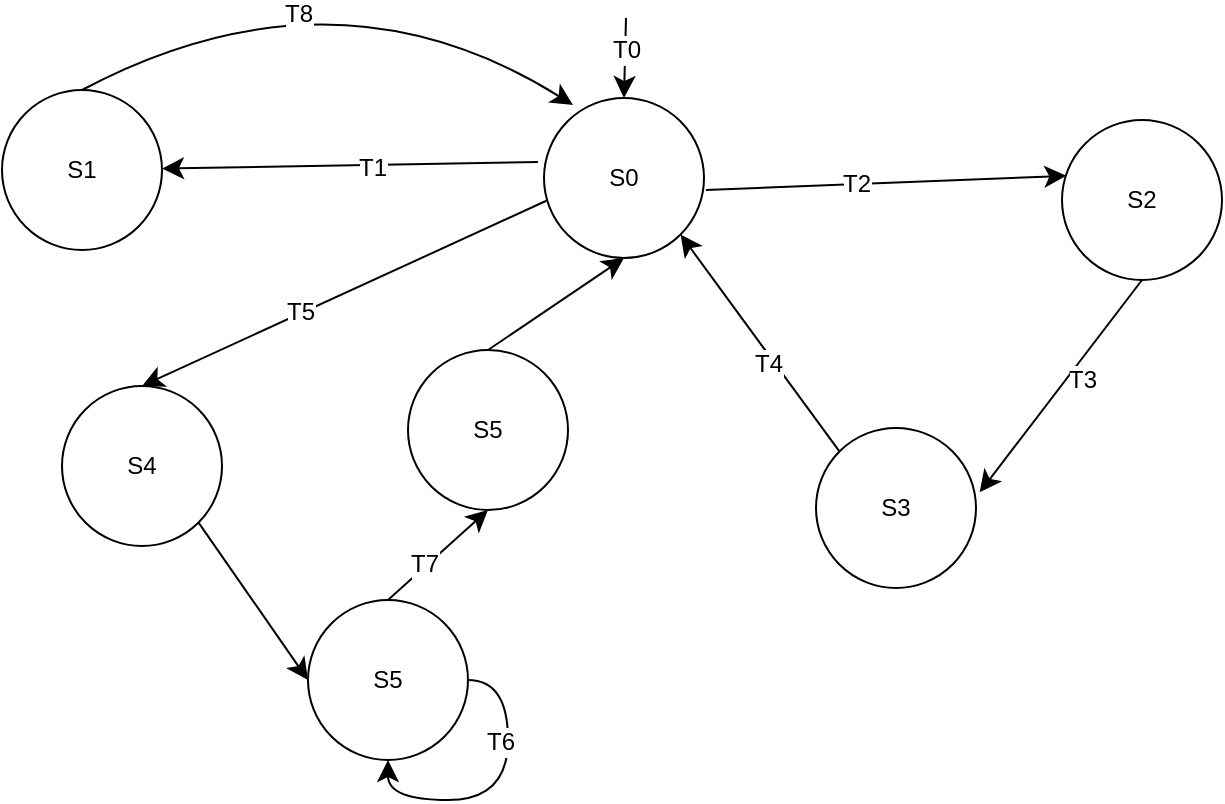
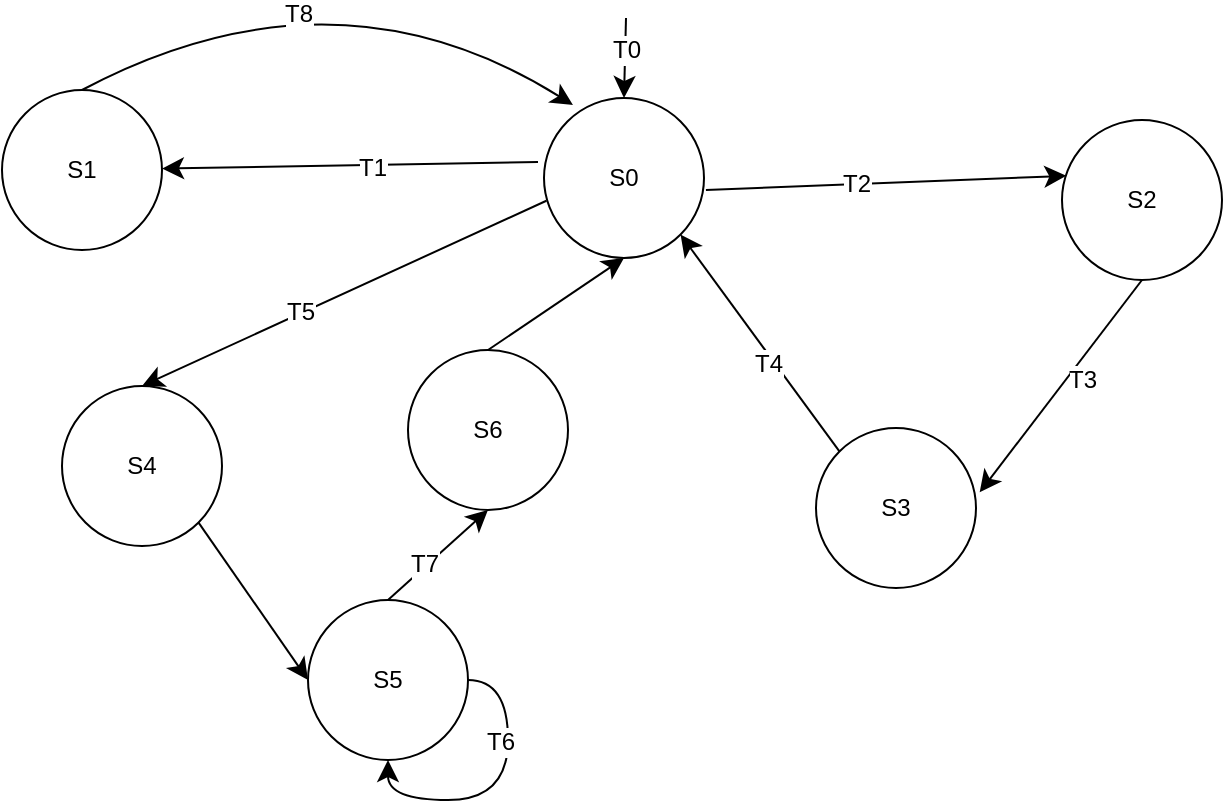
- <mxfile host="app.diagrams.net" agent="Mozilla/5.0 (Windows NT 10.0; Win64; x64) AppleWebKit/537.36 (KHTML, like Gecko) Chrome/147.0.0.0 Safari/537.36" version="29.6.1">
+ <mxfile host="app.diagrams.net" agent="Mozilla/5.0 (Windows NT 10.0; Win64; x64) AppleWebKit/537.36 (KHTML, like Gecko) Chrome/147.0.0.0 Safari/537.36">
  <diagram name="Page-1" id="xHXxBw3MVmjQyhcnbvlw">
-     <mxGraphModel dx="2152" dy="1616" grid="0" gridSize="10" guides="1" tooltips="1" connect="1" arrows="1" fold="1" page="0" pageScale="1" pageWidth="850" pageHeight="1100" math="0" shadow="0">
+     <mxGraphModel dx="1959" dy="1330" grid="0" gridSize="10" guides="1" tooltips="1" connect="1" arrows="1" fold="1" page="0" pageScale="1" pageWidth="850" pageHeight="1100" math="0" shadow="0">
      <root>
        <mxCell id="0" />
        <mxCell id="1" parent="0" />
        <mxCell id="hFhHw1d9mrPgoLBMCD_z-22" edge="1" parent="1" style="rounded=0;orthogonalLoop=1;jettySize=auto;html=1;fontSize=12;startSize=8;endSize=8;" target="hFhHw1d9mrPgoLBMCD_z-3" value="">
          <mxGeometry relative="1" as="geometry">
            <mxPoint x="-379" y="-620" as="sourcePoint" />
            <mxPoint x="-239" y="-410" as="targetPoint" />
          </mxGeometry>
        </mxCell>
        <mxCell id="hFhHw1d9mrPgoLBMCD_z-26" connectable="0" parent="hFhHw1d9mrPgoLBMCD_z-22" style="edgeLabel;html=1;align=center;verticalAlign=middle;resizable=0;points=[];fontSize=12;" value="T1" vertex="1">
          <mxGeometry relative="1" x="-0.1146" y="1" as="geometry">
            <mxPoint as="offset" />
          </mxGeometry>
        </mxCell>
        <mxCell id="hFhHw1d9mrPgoLBMCD_z-31" edge="1" parent="1" source="hFhHw1d9mrPgoLBMCD_z-1" style="edgeStyle=none;curved=1;rounded=0;orthogonalLoop=1;jettySize=auto;html=1;exitX=1.012;exitY=0.575;exitDx=0;exitDy=0;fontSize=12;startSize=8;endSize=8;entryX=0.027;entryY=0.349;entryDx=0;entryDy=0;entryPerimeter=0;exitPerimeter=0;" target="hFhHw1d9mrPgoLBMCD_z-6">
          <mxGeometry relative="1" as="geometry">
            <mxPoint x="-124" y="-490" as="targetPoint" />
          </mxGeometry>
        </mxCell>
        <mxCell id="hFhHw1d9mrPgoLBMCD_z-32" connectable="0" parent="hFhHw1d9mrPgoLBMCD_z-31" style="edgeLabel;html=1;align=center;verticalAlign=middle;resizable=0;points=[];fontSize=12;" value="T2" vertex="1">
          <mxGeometry relative="1" x="-0.1725" as="geometry">
            <mxPoint as="offset" />
          </mxGeometry>
        </mxCell>
        <mxCell id="hFhHw1d9mrPgoLBMCD_z-1" parent="1" style="ellipse;whiteSpace=wrap;html=1;aspect=fixed;" value="S0" vertex="1">
          <mxGeometry height="80" width="80" x="-376" y="-652" as="geometry" />
        </mxCell>
        <mxCell id="hFhHw1d9mrPgoLBMCD_z-3" parent="1" style="ellipse;whiteSpace=wrap;html=1;aspect=fixed;direction=west;" value="S1" vertex="1">
          <mxGeometry height="80" width="80" x="-647" y="-656" as="geometry" />
        </mxCell>
        <mxCell id="hFhHw1d9mrPgoLBMCD_z-35" edge="1" parent="1" source="hFhHw1d9mrPgoLBMCD_z-5" style="edgeStyle=none;curved=1;rounded=0;orthogonalLoop=1;jettySize=auto;html=1;exitX=0;exitY=0;exitDx=0;exitDy=0;entryX=1;entryY=1;entryDx=0;entryDy=0;fontSize=12;startSize=8;endSize=8;" target="hFhHw1d9mrPgoLBMCD_z-1">
          <mxGeometry relative="1" as="geometry">
            <mxPoint x="-233" y="-403" as="sourcePoint" />
            <mxPoint x="-320" y="-571" as="targetPoint" />
          </mxGeometry>
        </mxCell>
        <mxCell id="hFhHw1d9mrPgoLBMCD_z-36" connectable="0" parent="hFhHw1d9mrPgoLBMCD_z-35" style="edgeLabel;html=1;align=center;verticalAlign=middle;resizable=0;points=[];fontSize=12;" value="T4" vertex="1">
          <mxGeometry relative="1" x="-0.1621" y="3" as="geometry">
            <mxPoint as="offset" />
          </mxGeometry>
        </mxCell>
        <mxCell id="hFhHw1d9mrPgoLBMCD_z-5" parent="1" style="ellipse;whiteSpace=wrap;html=1;aspect=fixed;" value="S3" vertex="1">
          <mxGeometry height="80" width="80" x="-240" y="-487" as="geometry" />
        </mxCell>
        <mxCell id="hFhHw1d9mrPgoLBMCD_z-6" parent="1" style="ellipse;whiteSpace=wrap;html=1;aspect=fixed;" value="S2" vertex="1">
          <mxGeometry height="80" width="80" x="-117" y="-641" as="geometry" />
        </mxCell>
        <mxCell id="hFhHw1d9mrPgoLBMCD_z-11" edge="1" parent="1" style="endArrow=classic;html=1;rounded=0;fontSize=12;startSize=8;endSize=8;curved=1;entryX=0.5;entryY=0;entryDx=0;entryDy=0;" target="hFhHw1d9mrPgoLBMCD_z-1" value="">
          <mxGeometry height="50" relative="1" width="50" as="geometry">
            <mxPoint x="-335" y="-692" as="sourcePoint" />
            <mxPoint x="-312" y="-514" as="targetPoint" />
          </mxGeometry>
        </mxCell>
        <mxCell id="hFhHw1d9mrPgoLBMCD_z-12" connectable="0" parent="hFhHw1d9mrPgoLBMCD_z-11" style="edgeLabel;html=1;align=center;verticalAlign=middle;resizable=0;points=[];fontSize=12;" value="T0" vertex="1">
          <mxGeometry relative="1" x="-0.2049" as="geometry">
            <mxPoint as="offset" />
          </mxGeometry>
        </mxCell>
        <mxCell id="hFhHw1d9mrPgoLBMCD_z-44" edge="1" parent="1" source="hFhHw1d9mrPgoLBMCD_z-28" style="edgeStyle=none;curved=1;rounded=0;orthogonalLoop=1;jettySize=auto;html=1;exitX=1;exitY=1;exitDx=0;exitDy=0;entryX=0;entryY=0.5;entryDx=0;entryDy=0;fontSize=12;startSize=8;endSize=8;" target="hFhHw1d9mrPgoLBMCD_z-41">
          <mxGeometry relative="1" as="geometry" />
        </mxCell>
        <mxCell id="hFhHw1d9mrPgoLBMCD_z-28" parent="1" style="ellipse;whiteSpace=wrap;html=1;aspect=fixed;" value="S4" vertex="1">
          <mxGeometry height="80" width="80" x="-617" y="-508" as="geometry" />
        </mxCell>
        <mxCell id="hFhHw1d9mrPgoLBMCD_z-33" edge="1" parent="1" source="hFhHw1d9mrPgoLBMCD_z-6" style="edgeStyle=none;curved=1;rounded=0;orthogonalLoop=1;jettySize=auto;html=1;exitX=0.5;exitY=1;exitDx=0;exitDy=0;fontSize=12;startSize=8;endSize=8;entryX=1.023;entryY=0.402;entryDx=0;entryDy=0;entryPerimeter=0;" target="hFhHw1d9mrPgoLBMCD_z-5">
          <mxGeometry relative="1" as="geometry">
            <mxPoint x="-206" y="-295" as="targetPoint" />
          </mxGeometry>
        </mxCell>
        <mxCell id="hFhHw1d9mrPgoLBMCD_z-34" connectable="0" parent="hFhHw1d9mrPgoLBMCD_z-33" style="edgeLabel;html=1;align=center;verticalAlign=middle;resizable=0;points=[];fontSize=12;" value="&lt;div&gt;T3&lt;/div&gt;" vertex="1">
          <mxGeometry relative="1" x="-0.1344" y="6" as="geometry">
            <mxPoint as="offset" />
          </mxGeometry>
        </mxCell>
        <mxCell id="hFhHw1d9mrPgoLBMCD_z-38" edge="1" parent="1" source="hFhHw1d9mrPgoLBMCD_z-1" style="edgeStyle=none;curved=1;rounded=0;orthogonalLoop=1;jettySize=auto;html=1;exitX=0.015;exitY=0.642;exitDx=0;exitDy=0;fontSize=12;startSize=8;endSize=8;exitPerimeter=0;entryX=0.5;entryY=0;entryDx=0;entryDy=0;" target="hFhHw1d9mrPgoLBMCD_z-28">
          <mxGeometry relative="1" as="geometry">
            <mxPoint x="-473" y="-434" as="targetPoint" />
          </mxGeometry>
        </mxCell>
        <mxCell id="hFhHw1d9mrPgoLBMCD_z-40" connectable="0" parent="hFhHw1d9mrPgoLBMCD_z-38" style="edgeLabel;html=1;align=center;verticalAlign=middle;resizable=0;points=[];fontSize=12;" value="T5" vertex="1">
          <mxGeometry relative="1" x="0.2151" y="-1" as="geometry">
            <mxPoint as="offset" />
          </mxGeometry>
        </mxCell>
        <mxCell id="hFhHw1d9mrPgoLBMCD_z-46" edge="1" parent="1" source="hFhHw1d9mrPgoLBMCD_z-41" style="edgeStyle=orthogonalEdgeStyle;rounded=0;orthogonalLoop=1;jettySize=auto;html=1;exitX=1;exitY=0.5;exitDx=0;exitDy=0;fontSize=12;startSize=8;endSize=8;entryX=0.5;entryY=1;entryDx=0;entryDy=0;curved=1;" target="hFhHw1d9mrPgoLBMCD_z-41">
          <mxGeometry relative="1" as="geometry">
            <mxPoint x="-313.15371010520244" y="-180.22218253395795" as="targetPoint" />
          </mxGeometry>
        </mxCell>
        <mxCell id="hFhHw1d9mrPgoLBMCD_z-50" connectable="0" parent="hFhHw1d9mrPgoLBMCD_z-46" style="edgeLabel;html=1;align=center;verticalAlign=middle;resizable=0;points=[];fontSize=12;" value="T6" vertex="1">
          <mxGeometry relative="1" x="-0.37" y="-4" as="geometry">
            <mxPoint as="offset" />
          </mxGeometry>
        </mxCell>
        <mxCell id="hFhHw1d9mrPgoLBMCD_z-52" edge="1" parent="1" source="hFhHw1d9mrPgoLBMCD_z-41" style="edgeStyle=none;curved=1;rounded=0;orthogonalLoop=1;jettySize=auto;html=1;exitX=0.5;exitY=0;exitDx=0;exitDy=0;entryX=0.5;entryY=1;entryDx=0;entryDy=0;fontSize=12;startSize=8;endSize=8;" target="hFhHw1d9mrPgoLBMCD_z-51">
          <mxGeometry relative="1" as="geometry" />
        </mxCell>
        <mxCell id="hFhHw1d9mrPgoLBMCD_z-54" connectable="0" parent="hFhHw1d9mrPgoLBMCD_z-52" style="edgeLabel;html=1;align=center;verticalAlign=middle;resizable=0;points=[];fontSize=12;" value="T7" vertex="1">
          <mxGeometry relative="1" x="-0.243" y="2" as="geometry">
            <mxPoint as="offset" />
          </mxGeometry>
        </mxCell>
        <mxCell id="hFhHw1d9mrPgoLBMCD_z-41" parent="1" style="ellipse;whiteSpace=wrap;html=1;aspect=fixed;" value="S5" vertex="1">
          <mxGeometry height="80" width="80" x="-494" y="-401" as="geometry" />
        </mxCell>
        <mxCell id="hFhHw1d9mrPgoLBMCD_z-53" edge="1" parent="1" source="hFhHw1d9mrPgoLBMCD_z-51" style="edgeStyle=none;curved=1;rounded=0;orthogonalLoop=1;jettySize=auto;html=1;exitX=0.5;exitY=0;exitDx=0;exitDy=0;entryX=0.5;entryY=1;entryDx=0;entryDy=0;fontSize=12;startSize=8;endSize=8;" target="hFhHw1d9mrPgoLBMCD_z-1">
          <mxGeometry relative="1" as="geometry" />
        </mxCell>
-         <mxCell id="hFhHw1d9mrPgoLBMCD_z-51" parent="1" style="ellipse;whiteSpace=wrap;html=1;aspect=fixed;" value="S5" vertex="1">
+         <mxCell id="hFhHw1d9mrPgoLBMCD_z-51" parent="1" style="ellipse;whiteSpace=wrap;html=1;aspect=fixed;" value="S6" vertex="1">
          <mxGeometry height="80" width="80" x="-444" y="-526" as="geometry" />
        </mxCell>
        <mxCell id="hFhHw1d9mrPgoLBMCD_z-56" edge="1" parent="1" source="hFhHw1d9mrPgoLBMCD_z-3" style="edgeStyle=none;curved=1;rounded=0;orthogonalLoop=1;jettySize=auto;html=1;exitX=0.5;exitY=1;exitDx=0;exitDy=0;entryX=0.181;entryY=0.043;entryDx=0;entryDy=0;entryPerimeter=0;fontSize=12;startSize=8;endSize=8;" target="hFhHw1d9mrPgoLBMCD_z-1">
          <mxGeometry relative="1" as="geometry">
            <Array as="points">
              <mxPoint x="-481" y="-723" />
            </Array>
          </mxGeometry>
        </mxCell>
        <mxCell id="hFhHw1d9mrPgoLBMCD_z-57" connectable="0" parent="hFhHw1d9mrPgoLBMCD_z-56" style="edgeLabel;html=1;align=center;verticalAlign=middle;resizable=0;points=[];fontSize=12;" value="T8" vertex="1">
          <mxGeometry relative="1" x="-0.2018" y="-17" as="geometry">
            <mxPoint as="offset" />
          </mxGeometry>
        </mxCell>
      </root>
    </mxGraphModel>
  </diagram>
</mxfile>
